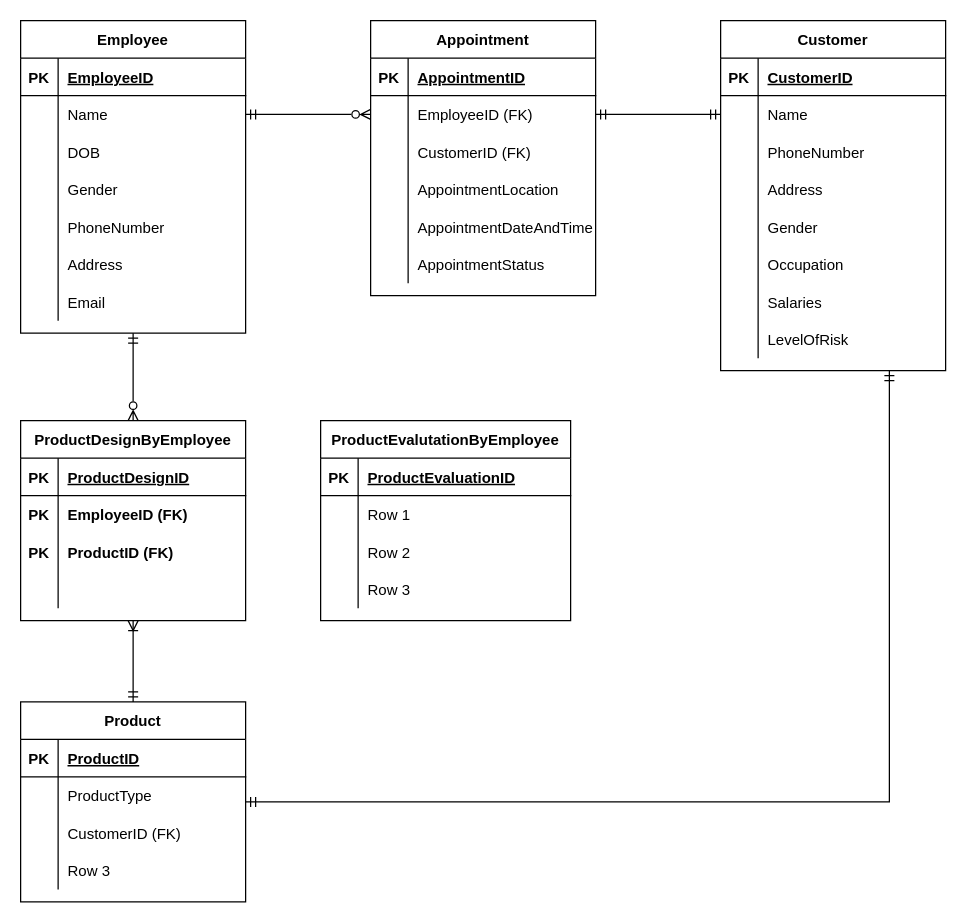
This is Assignment1.drawio from MaxCouling/infomgmt192, a draw.io file, before an edit. Source tidied: cells renumbered, new cells numbered last; positions are measured from the earlier drawing's top-left corner, leaving out a move shared by most shapes. Both pictures are drawn from the tidied source at 125%, with x=0, y=0 at pixel (20, 20).
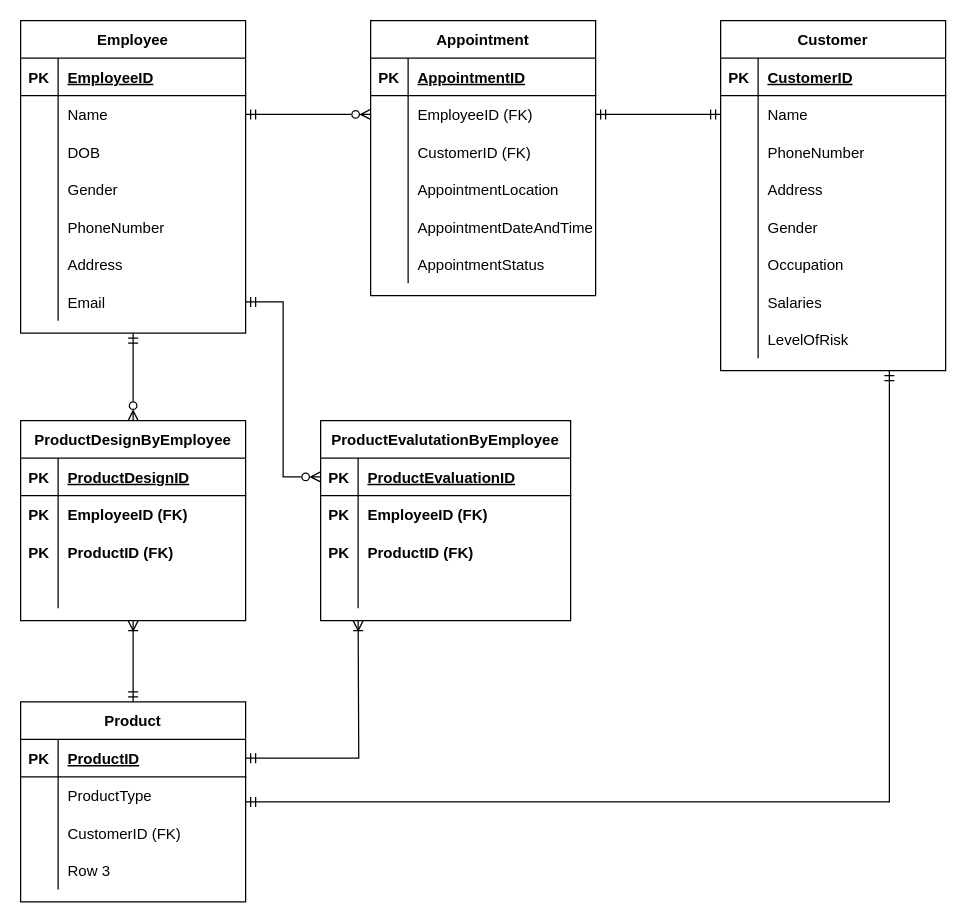
The same page after the edit.

The change refers to these unchanged cells:
```xml
<mxCell id="22" style="shape=tableRow;horizontal=0;startSize=0;swimlaneHead=0;swimlaneBody=0;fillColor=none;points=[[0,0.5],[1,0.5]];portConstraint=eastwest;top=0;left=0;right=0;bottom=0;" parent="3" vertex="1">
  <mxGeometry y="210" width="180" height="30" as="geometry" />
</mxCell>
<mxCell id="74" style="shape=tableRow;horizontal=0;startSize=0;swimlaneHead=0;swimlaneBody=0;fillColor=none;points=[[0,0.5],[1,0.5]];portConstraint=eastwest;top=0;left=0;right=0;bottom=1;" parent="73" vertex="1">
  <mxGeometry y="30" width="180" height="30" as="geometry" />
</mxCell>
<mxCell id="100" style="shape=tableRow;horizontal=0;startSize=0;swimlaneHead=0;swimlaneBody=0;fillColor=none;points=[[0,0.5],[1,0.5]];portConstraint=eastwest;top=0;left=0;right=0;bottom=1;" parent="99" vertex="1">
  <mxGeometry y="30" width="200" height="30" as="geometry" />
</mxCell>
<mxCell id="103" style="shape=tableRow;horizontal=0;startSize=0;swimlaneHead=0;swimlaneBody=0;fillColor=none;top=0;left=0;right=0;bottom=0;" parent="99" vertex="1">
  <mxGeometry y="60" width="200" height="30" as="geometry" />
</mxCell>
<mxCell id="106" style="shape=tableRow;horizontal=0;startSize=0;swimlaneHead=0;swimlaneBody=0;fillColor=none;top=0;left=0;right=0;bottom=0;" parent="99" vertex="1">
  <mxGeometry y="90" width="200" height="30" as="geometry" />
</mxCell>
<mxCell id="109" style="shape=tableRow;horizontal=0;startSize=0;swimlaneHead=0;swimlaneBody=0;fillColor=none;top=0;left=0;right=0;bottom=0;" parent="99" vertex="1">
  <mxGeometry y="120" width="200" height="30" as="geometry" />
</mxCell>
```

The edit, as a diff of the source:
```diff
@@
-    <mxCell id="104" style="shape=partialRectangle;fillColor=none;top=0;left=0;bottom=0;right=0;overflow=hidden;" parent="103" vertex="1">
+    <mxCell id="104" value="PK" style="shape=partialRectangle;fillColor=none;top=0;left=0;bottom=0;right=0;overflow=hidden;fontStyle=1;" parent="103" vertex="1">
       <mxGeometry width="30" height="30" as="geometry" />
     </mxCell>
-    <mxCell id="105" value="Row 1" style="shape=partialRectangle;fillColor=none;top=0;left=0;bottom=0;right=0;align=left;spacingLeft=6;overflow=hidden;" parent="103" vertex="1">
+    <mxCell id="105" value="EmployeeID (FK)" style="shape=partialRectangle;fillColor=none;top=0;left=0;bottom=0;right=0;align=left;spacingLeft=6;overflow=hidden;fontStyle=1;" parent="103" vertex="1">
       <mxGeometry x="30" width="170" height="30" as="geometry" />
     </mxCell>
@@
-    <mxCell id="107" style="shape=partialRectangle;fillColor=none;top=0;left=0;bottom=0;right=0;overflow=hidden;" parent="106" vertex="1">
+    <mxCell id="107" value="PK" style="shape=partialRectangle;fillColor=none;top=0;left=0;bottom=0;right=0;overflow=hidden;fontStyle=1;" parent="106" vertex="1">
       <mxGeometry width="30" height="30" as="geometry" />
     </mxCell>
-    <mxCell id="108" value="Row 2" style="shape=partialRectangle;fillColor=none;top=0;left=0;bottom=0;right=0;align=left;spacingLeft=6;overflow=hidden;" parent="106" vertex="1">
+    <mxCell id="108" value="ProductID (FK)" style="shape=partialRectangle;fillColor=none;top=0;left=0;bottom=0;right=0;align=left;spacingLeft=6;overflow=hidden;fontStyle=1;" parent="106" vertex="1">
       <mxGeometry x="30" width="170" height="30" as="geometry" />
     </mxCell>
@@
-    <mxCell id="111" value="Row 3" style="shape=partialRectangle;fillColor=none;top=0;left=0;bottom=0;right=0;align=left;spacingLeft=6;overflow=hidden;" parent="109" vertex="1">
+    <mxCell id="111" style="shape=partialRectangle;fillColor=none;top=0;left=0;bottom=0;right=0;align=left;spacingLeft=6;overflow=hidden;" parent="109" vertex="1">
       <mxGeometry x="30" width="170" height="30" as="geometry" />
     </mxCell>
+    <mxCell id="112" style="edgeStyle=orthogonalEdgeStyle;rounded=0;jettySize=auto;html=1;startArrow=ERmandOne;startFill=0;endArrow=ERoneToMany;endFill=0;" parent="1" edge="1" source="74">
+      <mxGeometry relative="1" as="geometry">
+        <mxPoint x="270" y="480" as="targetPoint" />
+      </mxGeometry>
+    </mxCell>
+    <mxCell id="113" style="edgeStyle=orthogonalEdgeStyle;rounded=0;jettySize=auto;html=1;entryX=0;entryY=0.5;entryDx=0;entryDy=0;startArrow=ERmandOne;startFill=0;endArrow=ERzeroToMany;endFill=0;" parent="1" edge="1" source="22" target="100">
+      <mxGeometry relative="1" as="geometry" />
+    </mxCell>
```
